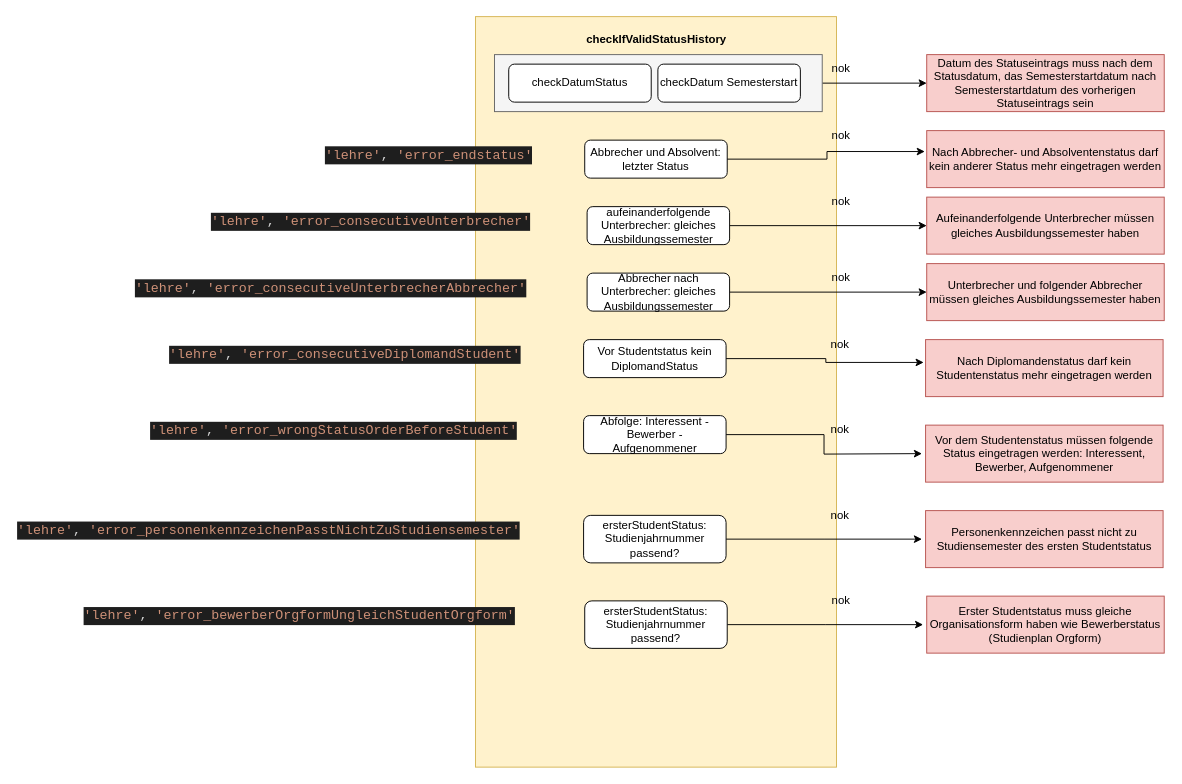
The draw.io diagram page "checkIfValidStatusHistory" (9 of 9) of StudentRollen.drawio in ma0068/GitDoks, before the edit. Source tidied: cells renumbered, new cells numbered last; positions are measured from the earlier drawing's top-left corner, leaving out a move shared by most shapes. Both pictures are drawn from the tidied source at 95%, with x=0, y=0 at pixel (15, 16).
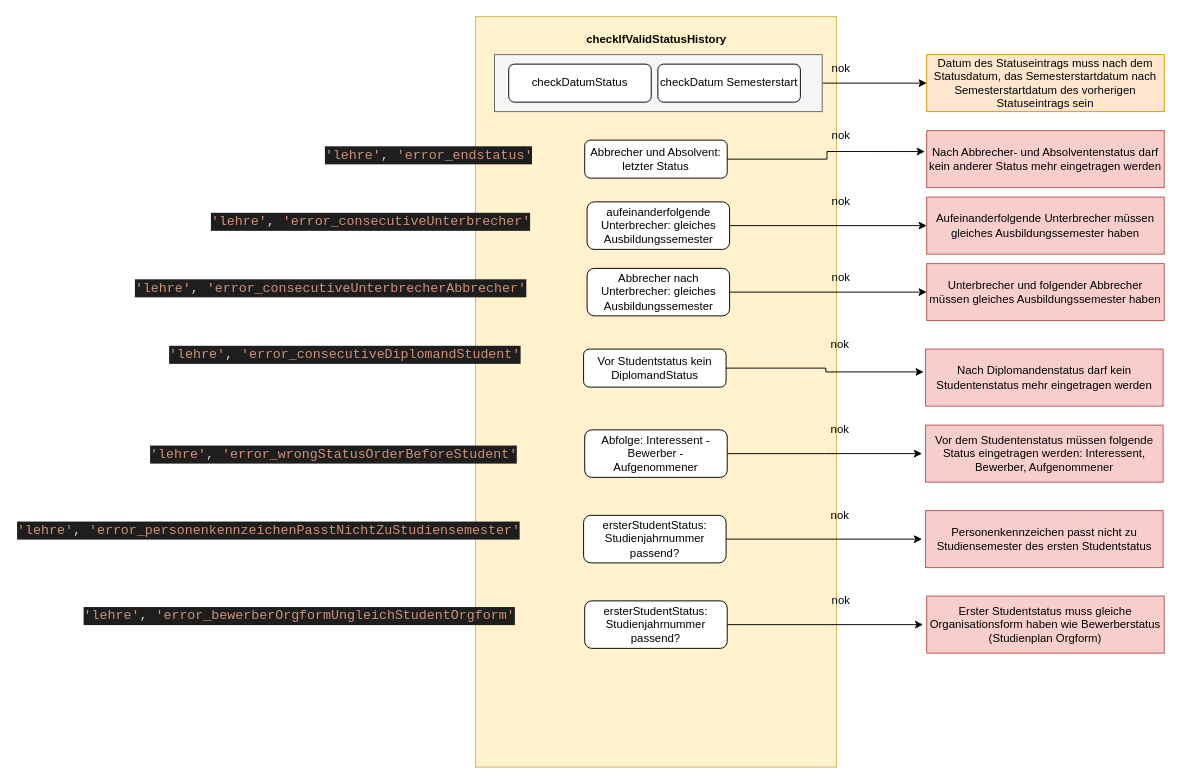
The same diagram, later.

Change to the diagram source:
```diff
@@
     <mxCell id="10" value="aufeinanderfolgende Unterbrecher: gleiches Ausbildungssemester" style="rounded=1;whiteSpace=wrap;html=1;fontSize=12;glass=0;strokeWidth=1;shadow=0;" parent="1" vertex="1">
-      <mxGeometry x="601.5" y="200" width="150" height="40" as="geometry" />
+      <mxGeometry x="601.5" y="195" width="150" height="50" as="geometry" />
     </mxCell>
@@
     <mxCell id="12" value="Abbrecher nach Unterbrecher: gleiches Ausbildungssemester" style="rounded=1;whiteSpace=wrap;html=1;fontSize=12;glass=0;strokeWidth=1;shadow=0;" parent="1" vertex="1">
-      <mxGeometry x="601.5" y="270" width="150" height="40" as="geometry" />
+      <mxGeometry x="601.5" y="265" width="150" height="50" as="geometry" />
     </mxCell>
@@
-    <mxCell id="14" value="Datum des Statuseintrags muss nach dem Statusdatum, das Semesterstartdatum nach Semesterstartdatum des vorherigen Statuseintrags sein" style="rounded=0;whiteSpace=wrap;html=1;fillColor=#f8cecc;strokeColor=#b85450;" parent="1" vertex="1">
+    <mxCell id="14" value="Datum des Statuseintrags muss nach dem Statusdatum, das Semesterstartdatum nach Semesterstartdatum des vorherigen Statuseintrags sein" style="rounded=0;whiteSpace=wrap;html=1;fillColor=#ffe6cc;strokeColor=#d79b00;" parent="1" vertex="1">
       <mxGeometry x="959" y="40" width="250" height="60" as="geometry" />
     </mxCell>
@@
     <mxCell id="27" value="Vor Studentstatus kein DiplomandStatus" style="rounded=1;whiteSpace=wrap;html=1;fontSize=12;glass=0;strokeWidth=1;shadow=0;" parent="1" vertex="1">
-      <mxGeometry x="597.8" y="340" width="150" height="40" as="geometry" />
+      <mxGeometry x="597.8" y="350" width="150" height="40" as="geometry" />
     </mxCell>
     <mxCell id="28" value="Nach Diplomandenstatus darf kein Studentenstatus mehr eingetragen werden" style="rounded=0;whiteSpace=wrap;html=1;fillColor=#f8cecc;strokeColor=#b85450;" parent="1" vertex="1">
-      <mxGeometry x="957.8" y="340" width="250" height="60" as="geometry" />
+      <mxGeometry x="957.8" y="350" width="250" height="60" as="geometry" />
     </mxCell>
@@
     <mxCell id="31" value="&lt;div style=&quot;color: #d4d4d4;background-color: #1e1e1e;font-family: 'Liberation Mono', 'Droid Sans Mono', 'monospace', monospace;font-weight: normal;font-size: 14px;line-height: 19px;white-space: pre;&quot;&gt;&lt;div&gt;&lt;span style=&quot;color: #ce9178;&quot;&gt;'lehre'&lt;/span&gt;&lt;span style=&quot;color: #d4d4d4;&quot;&gt;, &lt;/span&gt;&lt;span style=&quot;color: #ce9178;&quot;&gt;'error_wrongStatusOrderBeforeStudent'&lt;/span&gt;&lt;/div&gt;&lt;/div&gt;" style="text;whiteSpace=wrap;html=1;" parent="1" vertex="1">
-      <mxGeometry x="140.2" y="420" width="420" height="40" as="geometry" />
+      <mxGeometry x="140.2" y="445" width="420" height="40" as="geometry" />
     </mxCell>
@@
     <mxCell id="33" value="Abfolge: Interessent - Bewerber - Aufgenommener" style="rounded=1;whiteSpace=wrap;html=1;fontSize=12;glass=0;strokeWidth=1;shadow=0;" parent="1" vertex="1">
-      <mxGeometry x="597.8" y="420" width="150" height="40" as="geometry" />
+      <mxGeometry x="599" y="435" width="150" height="50" as="geometry" />
     </mxCell>
```
